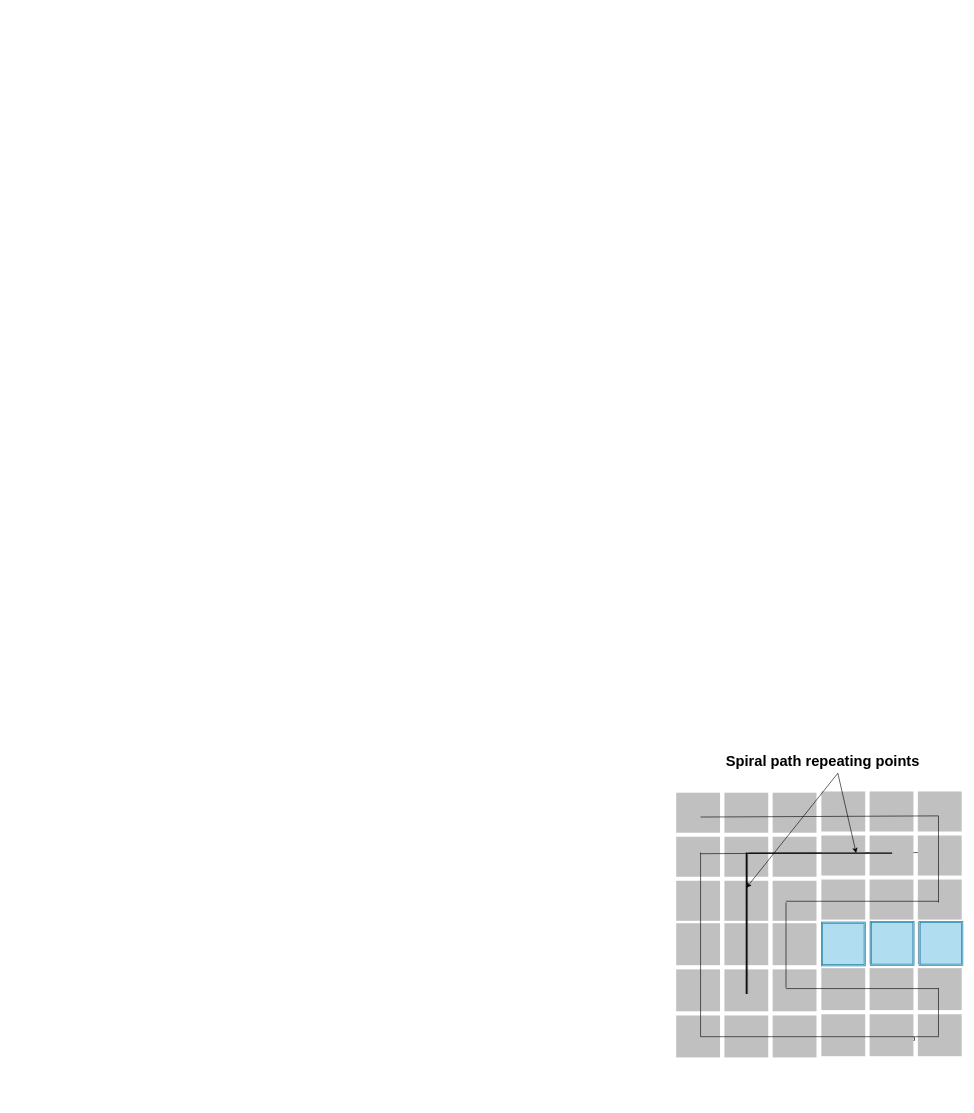
Above: page "Page-2" (2 of 3) of Path planning flow chart.drawio in RandikaVS/Edfoci-chat-server (draw.io), before the change. Source tidied: cells renumbered, new cells numbered last; positions are measured from the earlier drawing's top-left corner, leaving out a move shared by most shapes. Both pictures are drawn from the tidied source at 61%, with x=0, y=0 at pixel (676, 748). Pictures stored in the file or linked from it are replaced by grey dashed boxes.
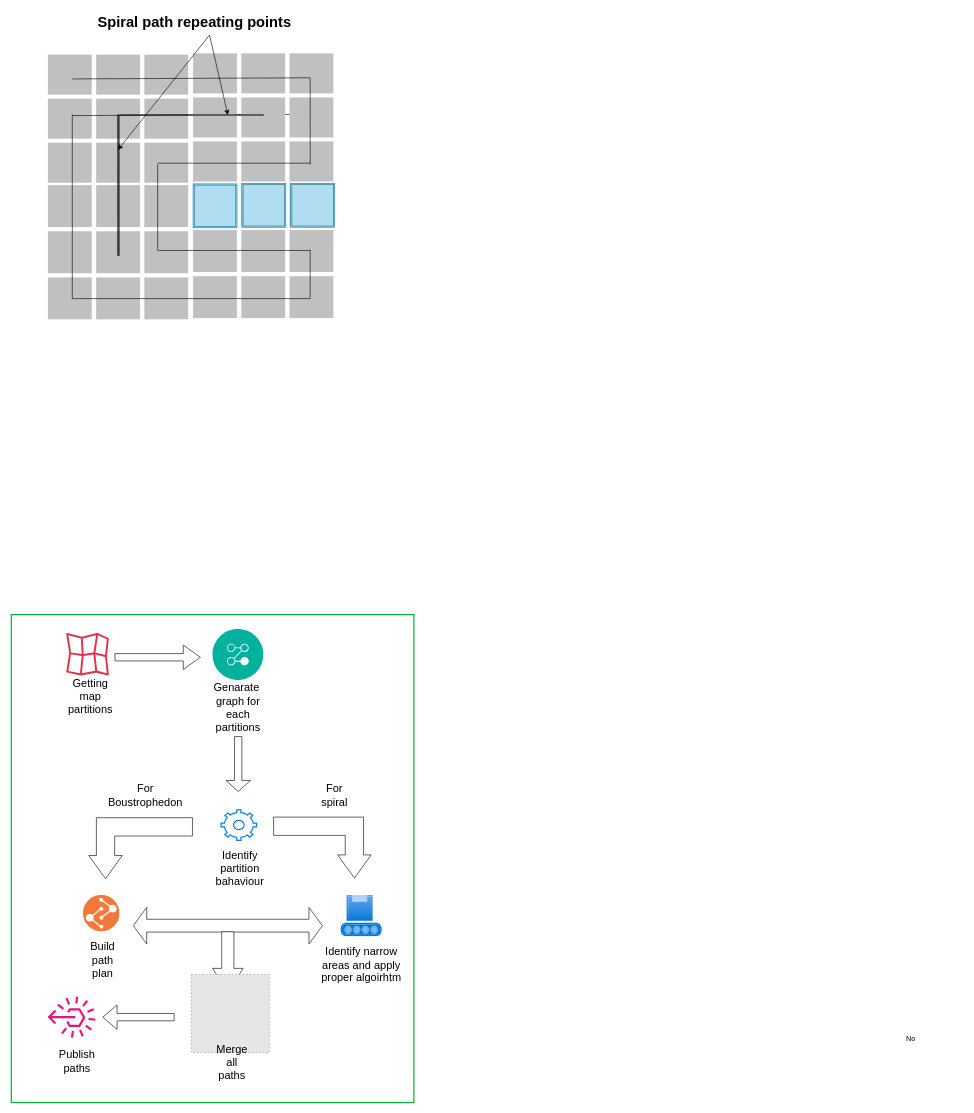
The same page after the edit.

The change refers to these unchanged cells:
```xml
<mxCell id="6" style="html=1;verticalLabelPosition=bottom;labelBackgroundColor=#ffffff;verticalAlign=top;shadow=0;dashed=0;strokeWidth=1;shape=mxgraph.ios7ui.iconGrid;fillColor=#c0c0c0;gridSize=3,3;" parent="5" vertex="1">
  <mxGeometry width="230" height="210" as="geometry" />
</mxCell>
<mxCell id="12" style="line;strokeWidth=2;direction=south;html=1;" parent="5" vertex="1">
  <mxGeometry x="110" y="98" width="10" height="232" as="geometry" />
</mxCell>
<mxCell id="14" style="html=1;verticalLabelPosition=bottom;labelBackgroundColor=#ffffff;verticalAlign=top;shadow=0;dashed=0;strokeWidth=1;shape=mxgraph.ios7ui.iconGrid;fillColor=#c0c0c0;gridSize=3,3;" parent="13" vertex="1">
  <mxGeometry width="230" height="210" as="geometry" />
</mxCell>
<mxCell id="22" style="line;strokeWidth=2;direction=west;html=1;" parent="13" vertex="1">
  <mxGeometry x="-120" y="96" width="236" height="10" as="geometry" />
</mxCell>
```

The edit, as a diff of the source:
```diff
@@
+    <mxCell id="29" style="group;" parent="1" vertex="1">
+      <mxGeometry x="-1030" y="-1210" width="470" height="506" as="geometry" />
+    </mxCell>
+    <mxCell id="26" value="Spiral path repeating points" style="text;strokeColor=none;fillColor=none;html=1;fontSize=24;fontStyle=1;verticalAlign=middle;align=center;" parent="29" vertex="1">
+      <mxGeometry x="190" width="100" height="40" as="geometry" />
+    </mxCell>
+    <mxCell id="30" style="group;" parent="29" vertex="1">
+      <mxGeometry y="70" width="470" height="436" as="geometry" />
+    </mxCell>
-    <mxCell id="4" style="group;" parent="1" vertex="1">
-      <mxGeometry y="70" width="470" height="436" as="geometry" />
+    <mxCell id="4" style="group;" parent="30" vertex="1">
+      <mxGeometry width="470" height="436" as="geometry" />
     </mxCell>
@@
-    <mxCell id="23" style="endArrow=none;html=1;strokeWidth=1;rounded=0;exitX=0.174;exitY=0.19;exitDx=0;exitDy=0;exitPerimeter=0;" parent="1" edge="1" source="6">
+    <mxCell id="23" style="endArrow=none;html=1;strokeWidth=1;rounded=0;exitX=0.174;exitY=0.19;exitDx=0;exitDy=0;exitPerimeter=0;" parent="30" edge="1" source="6">
       <mxGeometry relative="1" as="geometry">
-        <mxPoint x="430" y="110" as="targetPoint" />
+        <mxPoint x="430" y="40" as="targetPoint" />
       </mxGeometry>
     </mxCell>
-    <mxCell id="24" style="endArrow=none;html=1;strokeWidth=1;rounded=0;" parent="1" edge="1">
+    <mxCell id="24" style="endArrow=none;html=1;strokeWidth=1;rounded=0;" parent="30" edge="1">
       <mxGeometry relative="1" as="geometry">
-        <mxPoint x="180" y="250" as="sourcePoint" />
-        <mxPoint x="430" y="250" as="targetPoint" />
+        <mxPoint x="180" y="180" as="sourcePoint" />
+        <mxPoint x="430" y="180" as="targetPoint" />
       </mxGeometry>
     </mxCell>
-    <mxCell id="25" style="endArrow=none;html=1;strokeWidth=1;rounded=0;exitX=0.835;exitY=0.867;exitDx=0;exitDy=0;exitPerimeter=0;" parent="1" edge="1" source="14">
+    <mxCell id="25" style="endArrow=none;html=1;strokeWidth=1;rounded=0;exitX=0.835;exitY=0.867;exitDx=0;exitDy=0;exitPerimeter=0;" parent="30" edge="1" source="14">
       <mxGeometry relative="1" as="geometry">
-        <mxPoint x="430" y="110" as="targetPoint" />
+        <mxPoint x="430" y="40" as="targetPoint" />
       </mxGeometry>
     </mxCell>
-    <mxCell id="26" value="Spiral path repeating points" style="text;strokeColor=none;fillColor=none;html=1;fontSize=24;fontStyle=1;verticalAlign=middle;align=center;" parent="1" vertex="1">
-      <mxGeometry x="190" width="100" height="40" as="geometry" />
-    </mxCell>
+    <mxCell id="28" style="endArrow=classic;html=1;rounded=0;exitX=0.75;exitY=1;exitDx=0;exitDy=0;entryX=0.25;entryY=0.5;entryDx=0;entryDy=0;entryPerimeter=0;" parent="29" edge="1" source="26" target="12">
+      <mxGeometry relative="1" as="geometry" />
+    </mxCell>
-    <mxCell id="27" style="endArrow=classic;html=1;rounded=0;exitX=0.75;exitY=1;exitDx=0;exitDy=0;entryX=0.25;entryY=0.5;entryDx=0;entryDy=0;entryPerimeter=0;" parent="1" edge="1" source="26" target="22">
+    <mxCell id="27" style="endArrow=classic;html=1;rounded=0;exitX=0.75;exitY=1;exitDx=0;exitDy=0;entryX=0.25;entryY=0.5;entryDx=0;entryDy=0;entryPerimeter=0;" parent="29" edge="1" source="26" target="22">
       <mxGeometry relative="1" as="geometry" />
     </mxCell>
-    <mxCell id="28" style="endArrow=classic;html=1;rounded=0;exitX=0.75;exitY=1;exitDx=0;exitDy=0;entryX=0.25;entryY=0.5;entryDx=0;entryDy=0;entryPerimeter=0;" parent="1" edge="1" source="26" target="12">
-      <mxGeometry relative="1" as="geometry" />
-    </mxCell>
+    <mxCell id="31" style="group;" parent="1" vertex="1">
+      <mxGeometry x="-1030" y="-196" width="598" height="726" as="geometry" />
+    </mxCell>
+    <mxCell id="32" style="image;perimeter=ellipsePerimeter;html=1;align=center;shadow=0;dashed=0;fontColor=#4277BB;labelBackgroundColor=default;fontSize=12;spacingTop=3;image=img/lib/ibm/management/process_management.svg;" parent="31" vertex="1">
+      <mxGeometry x="270" width="84" height="84" as="geometry" />
+    </mxCell>
+    <mxCell id="33" style="group;" parent="31" vertex="1">
+      <mxGeometry y="6" width="598" height="720" as="geometry" />
+    </mxCell>
+    <mxCell id="34" style="sketch=0;fontColor=#232F3E;gradientColor=none;fillColor=#DD344C;strokeColor=none;dashed=0;verticalLabelPosition=bottom;verticalAlign=top;align=center;html=1;fontSize=12;fontStyle=0;shape=mxgraph.aws4.location_service_map;" parent="33" vertex="1">
+      <mxGeometry x="30" width="70" height="70" as="geometry" />
+    </mxCell>
+    <mxCell id="35" value="&lt;font style=&quot;font-size: 18px;&quot;&gt;Getting map partitions&lt;/font&gt;" style="text;html=1;align=center;verticalAlign=middle;whiteSpace=wrap;rounded=0;" parent="33" vertex="1">
+      <mxGeometry x="40" y="90" width="60" height="30" as="geometry" />
+    </mxCell>
+    <mxCell id="36" value="&lt;span style=&quot;font-size: 18px;&quot;&gt;Genarate&amp;nbsp; graph for each partitions&lt;/span&gt;" style="text;html=1;align=center;verticalAlign=middle;whiteSpace=wrap;rounded=0;" parent="33" vertex="1">
+      <mxGeometry x="282" y="108" width="60" height="30" as="geometry" />
+    </mxCell>
+    <mxCell id="37" style="shape=singleArrow;direction=south;whiteSpace=wrap;html=1;" parent="33" vertex="1">
+      <mxGeometry x="292" y="170" width="40" height="90" as="geometry" />
+    </mxCell>
+    <mxCell id="38" style="group;" parent="33" vertex="1">
+      <mxGeometry x="430" y="430" width="168" height="130" as="geometry" />
+    </mxCell>
+    <mxCell id="39" style="image;html=1;align=center;fontSize=12;image=img/lib/azure2/other/Defender_Industrial_Packaging_System.svg;" parent="38" vertex="1">
+      <mxGeometry x="50" width="68" height="68" as="geometry" />
+    </mxCell>
+    <mxCell id="40" value="&lt;span style=&quot;font-size: 18px;&quot;&gt;Identify narrow areas and apply proper algoirhtm&lt;/span&gt;" style="text;html=1;align=center;verticalAlign=middle;whiteSpace=wrap;rounded=0;" parent="38" vertex="1">
+      <mxGeometry y="100" width="168" height="30" as="geometry" />
+    </mxCell>
+    <mxCell id="41" style="shape=singleArrow;whiteSpace=wrap;html=1;" parent="33" vertex="1">
+      <mxGeometry x="110" y="20" width="140" height="40" as="geometry" />
+    </mxCell>
+    <mxCell id="42" style="html=1;verticalLabelPosition=bottom;align=center;labelBackgroundColor=#ffffff;verticalAlign=top;strokeWidth=2;strokeColor=#0080F0;shadow=0;dashed=0;shape=mxgraph.ios7.icons.settings;" parent="33" vertex="1">
+      <mxGeometry x="284" y="290" width="58" height="50" as="geometry" />
+    </mxCell>
+    <mxCell id="43" value="&lt;span style=&quot;font-size: 18px;&quot;&gt;Identify partition bahaviour&lt;/span&gt;" style="text;html=1;align=center;verticalAlign=middle;whiteSpace=wrap;rounded=0;" parent="33" vertex="1">
+      <mxGeometry x="285" y="372" width="60" height="30" as="geometry" />
+    </mxCell>
+    <mxCell id="44" style="html=1;shadow=0;dashed=0;align=center;verticalAlign=middle;shape=mxgraph.arrows2.bendArrow;dy=15;dx=38;notch=0;arrowHead=55;rounded=0;direction=south;" parent="33" vertex="1">
+      <mxGeometry x="370" y="302" width="160" height="100" as="geometry" />
+    </mxCell>
+    <mxCell id="45" value="&lt;span style=&quot;font-size: 18px;&quot;&gt;For spiral&lt;/span&gt;" style="text;html=1;align=center;verticalAlign=middle;whiteSpace=wrap;rounded=0;" parent="33" vertex="1">
+      <mxGeometry x="440" y="252" width="60" height="30" as="geometry" />
+    </mxCell>
+    <mxCell id="46" style="html=1;shadow=0;dashed=0;align=center;verticalAlign=middle;shape=mxgraph.arrows2.bendArrow;dy=15;dx=38;notch=0;arrowHead=55;rounded=0;flipH=1;direction=south;" parent="33" vertex="1">
+      <mxGeometry x="67" y="303" width="170" height="100" as="geometry" />
+    </mxCell>
+    <mxCell id="47" value="&lt;span style=&quot;font-size: 18px;&quot;&gt;For Boustrophedon&lt;/span&gt;" style="text;html=1;align=center;verticalAlign=middle;whiteSpace=wrap;rounded=0;" parent="33" vertex="1">
+      <mxGeometry x="130" y="252" width="60" height="30" as="geometry" />
+    </mxCell>
+    <mxCell id="48" style="group;" parent="33" vertex="1">
+      <mxGeometry x="46" y="430" width="62" height="122" as="geometry" />
+    </mxCell>
+    <mxCell id="49" style="group;" parent="48" vertex="1">
+      <mxGeometry x="12" width="62" height="122" as="geometry" />
+    </mxCell>
+    <mxCell id="50" style="image;perimeter=ellipsePerimeter;html=1;align=center;shadow=0;dashed=0;fontColor=#4277BB;labelBackgroundColor=default;fontSize=12;spacingTop=3;image=img/lib/ibm/devops/build_test.svg;" parent="49" vertex="1">
+      <mxGeometry width="60" height="60" as="geometry" />
+    </mxCell>
+    <mxCell id="51" value="&lt;span style=&quot;font-size: 18px;&quot;&gt;Build path plan&lt;/span&gt;" style="text;html=1;align=center;verticalAlign=middle;whiteSpace=wrap;rounded=0;" parent="49" vertex="1">
+      <mxGeometry x="2" y="92" width="60" height="30" as="geometry" />
+    </mxCell>
+    <mxCell id="52" style="html=1;shadow=0;dashed=0;align=center;verticalAlign=middle;shape=mxgraph.arrows2.twoWayArrow;dy=0.65;dx=22;" parent="33" vertex="1">
+      <mxGeometry x="140" y="450" width="310" height="60" as="geometry" />
+    </mxCell>
+    <mxCell id="53" style="html=1;shadow=0;dashed=0;align=center;verticalAlign=middle;shape=mxgraph.arrows2.arrow;dy=0.6;dx=40;direction=south;notch=0;" parent="33" vertex="1">
+      <mxGeometry x="270" y="490" width="50" height="100" as="geometry" />
+    </mxCell>
+    <mxCell id="54" style="fillColor=#E6E6E6;strokeColor=#999999;dashed=1;html=1;verticalAlign=top;verticalLabelPosition=bottom;labelBackgroundColor=#ffffff;" parent="33" vertex="1">
+      <mxGeometry x="235" y="560" width="128" height="128" as="geometry" />
+    </mxCell>
+    <mxCell id="55" value="&lt;span style=&quot;font-size: 18px;&quot;&gt;Merge all paths&lt;/span&gt;" style="text;html=1;align=center;verticalAlign=middle;whiteSpace=wrap;rounded=0;" parent="33" vertex="1">
+      <mxGeometry x="272" y="690" width="60" height="30" as="geometry" />
+    </mxCell>
+    <mxCell id="56" style="shape=singleArrow;whiteSpace=wrap;html=1;flipH=1;" parent="33" vertex="1">
+      <mxGeometry x="90" y="610" width="117" height="40" as="geometry" />
+    </mxCell>
+    <mxCell id="57" style="sketch=0;fontColor=#232F3E;gradientColor=none;fillColor=#E7157B;strokeColor=none;dashed=0;verticalLabelPosition=bottom;verticalAlign=top;align=center;html=1;fontSize=12;fontStyle=0;shape=mxgraph.aws4.rule_3;flipH=1;" parent="33" vertex="1">
+      <mxGeometry y="596" width="78" height="68" as="geometry" />
+    </mxCell>
+    <mxCell id="58" value="&lt;span style=&quot;font-size: 18px;&quot;&gt;Publish paths&lt;/span&gt;" style="text;html=1;align=center;verticalAlign=middle;whiteSpace=wrap;rounded=0;" parent="33" vertex="1">
+      <mxGeometry x="18" y="688" width="60" height="30" as="geometry" />
+    </mxCell>
+    <mxCell id="59" style="rounded=0;whiteSpace=wrap;html=1;fillColor=none;strokeColor=#00B336;strokeWidth=2;" parent="1" vertex="1">
+      <mxGeometry x="-1090" y="-220" width="660" height="800" as="geometry" />
+    </mxCell>
```
